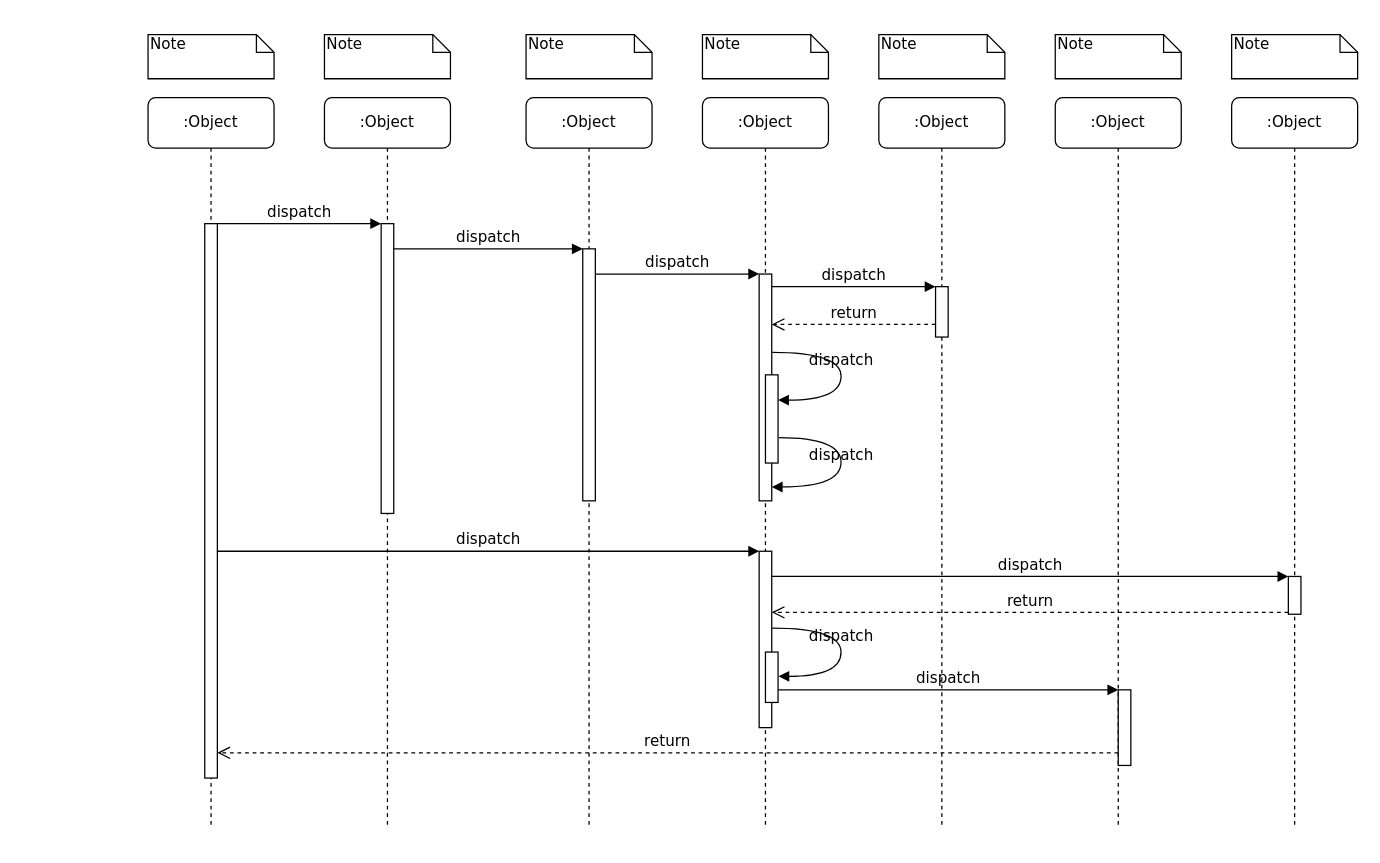
Earlier version of the draw.io diagram Untitled Diagram.drawio (DevBalek/akilli-cihaz). Source tidied: cells renumbered, new cells numbered last; positions are measured from the earlier drawing's top-left corner, leaving out a move shared by most shapes. Both pictures are drawn from the tidied source at 126%, with x=0, y=0 at pixel (147, 34).
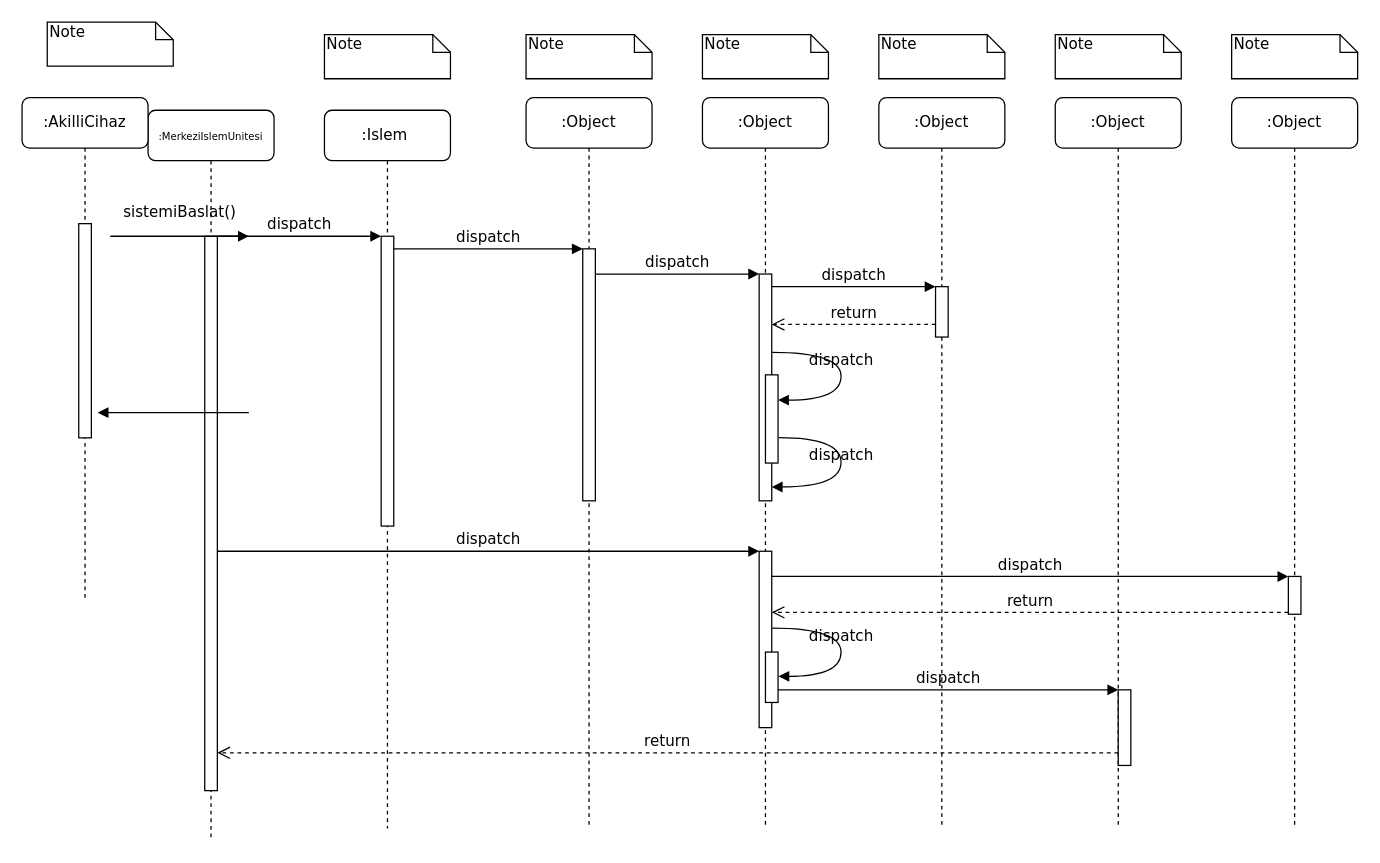
The same page after the edit.

The edit, as a diff of the source:
```diff
@@
-    <mxCell id="2" value=":Object" style="shape=umlLifeline;perimeter=lifelinePerimeter;whiteSpace=wrap;html=1;rounded=1;shadow=0;comic=0;labelBackgroundColor=none;strokeWidth=1;fontFamily=Verdana;fontSize=12;align=center;" parent="1" vertex="1">
-      <mxGeometry x="140" y="50" width="100" height="580" as="geometry" />
+    <mxCell id="2" value=":Islem&amp;nbsp;" style="shape=umlLifeline;perimeter=lifelinePerimeter;whiteSpace=wrap;html=1;rounded=1;shadow=0;comic=0;labelBackgroundColor=none;strokeWidth=1;fontFamily=Verdana;fontSize=12;align=center;" parent="1" vertex="1">
+      <mxGeometry x="140" y="60" width="100" height="570" as="geometry" />
     </mxCell>
@@
-    <mxCell id="4" value=":Object" style="shape=umlLifeline;perimeter=lifelinePerimeter;whiteSpace=wrap;html=1;rounded=1;shadow=0;comic=0;labelBackgroundColor=none;strokeWidth=1;fontFamily=Verdana;fontSize=12;align=center;" parent="1" vertex="1">
+    <mxCell id="4" value=":Object" style="shape=umlLifeline;perimeter=lifelinePerimeter;whiteSpace=wrap;html=1;rounded=1;shadow=0;comic=0;labelBackgroundColor=none;strokeWidth=1;fontFamily=Verdana;fontSize=12;align=center;size=40;" parent="1" vertex="1">
       <mxGeometry x="300" y="50" width="100" height="580" as="geometry" />
     </mxCell>
@@
-    <mxCell id="10" value=":Object" style="shape=umlLifeline;perimeter=lifelinePerimeter;whiteSpace=wrap;html=1;rounded=1;shadow=0;comic=0;labelBackgroundColor=none;strokeWidth=1;fontFamily=Verdana;fontSize=12;align=center;" parent="1" vertex="1">
-      <mxGeometry y="50" width="100" height="580" as="geometry" />
+    <mxCell id="10" value="&lt;font style=&quot;font-size: 8px;&quot;&gt;:MerkeziIslemUnitesi&lt;/font&gt;" style="shape=umlLifeline;perimeter=lifelinePerimeter;whiteSpace=wrap;html=1;rounded=1;shadow=0;comic=0;labelBackgroundColor=none;strokeWidth=1;fontFamily=Verdana;fontSize=12;align=center;" parent="1" vertex="1">
+      <mxGeometry y="60" width="100" height="580" as="geometry" />
     </mxCell>
@@
     <mxCell id="32" value="Note" style="shape=note;whiteSpace=wrap;html=1;size=14;verticalAlign=top;align=left;spacingTop=-6;rounded=0;shadow=0;comic=0;labelBackgroundColor=none;strokeWidth=1;fontFamily=Verdana;fontSize=12;" parent="1" vertex="1">
-      <mxGeometry width="100" height="35" as="geometry" />
+      <mxGeometry x="-80" y="-10" width="100" height="35" as="geometry" />
     </mxCell>
@@
+    <mxCell id="39" value=":AkilliCihaz" style="shape=umlLifeline;perimeter=lifelinePerimeter;whiteSpace=wrap;html=1;rounded=1;shadow=0;comic=0;labelBackgroundColor=none;strokeWidth=1;fontFamily=Verdana;fontSize=12;align=center;" parent="1" vertex="1">
+      <mxGeometry x="-100" y="50" width="100" height="400" as="geometry" />
+    </mxCell>
+    <mxCell id="40" style="html=1;perimeter=orthogonalPerimeter;rounded=0;shadow=0;comic=0;labelBackgroundColor=none;strokeWidth=1;fontFamily=Verdana;fontSize=12;align=center;" parent="39" vertex="1">
+      <mxGeometry x="45" y="100" width="10" height="170" as="geometry" />
+    </mxCell>
+    <mxCell id="41" value="sistemiBaslat()" style="html=1;verticalAlign=bottom;endArrow=block;labelBackgroundColor=none;fontFamily=Verdana;fontSize=12;edgeStyle=elbowEdgeStyle;elbow=vertical;" parent="1" edge="1">
+      <mxGeometry y="10" relative="1" as="geometry">
+        <mxPoint x="-30" y="160" as="sourcePoint" />
+        <mxPoint x="80" y="160" as="targetPoint" />
+        <Array as="points">
+          <mxPoint x="30" y="160" />
+        </Array>
+      </mxGeometry>
+    </mxCell>
+    <mxCell id="42" style="html=1;verticalAlign=bottom;endArrow=block;rounded=0;" parent="1" edge="1">
+      <mxGeometry x="-0.4" relative="1" as="geometry">
+        <mxPoint x="10" y="300" as="sourcePoint" />
+        <mxPoint x="-40" y="300" as="targetPoint" />
+        <Array as="points">
+          <mxPoint y="300" />
+          <mxPoint x="80" y="300" />
+        </Array>
+      </mxGeometry>
+    </mxCell>
```
